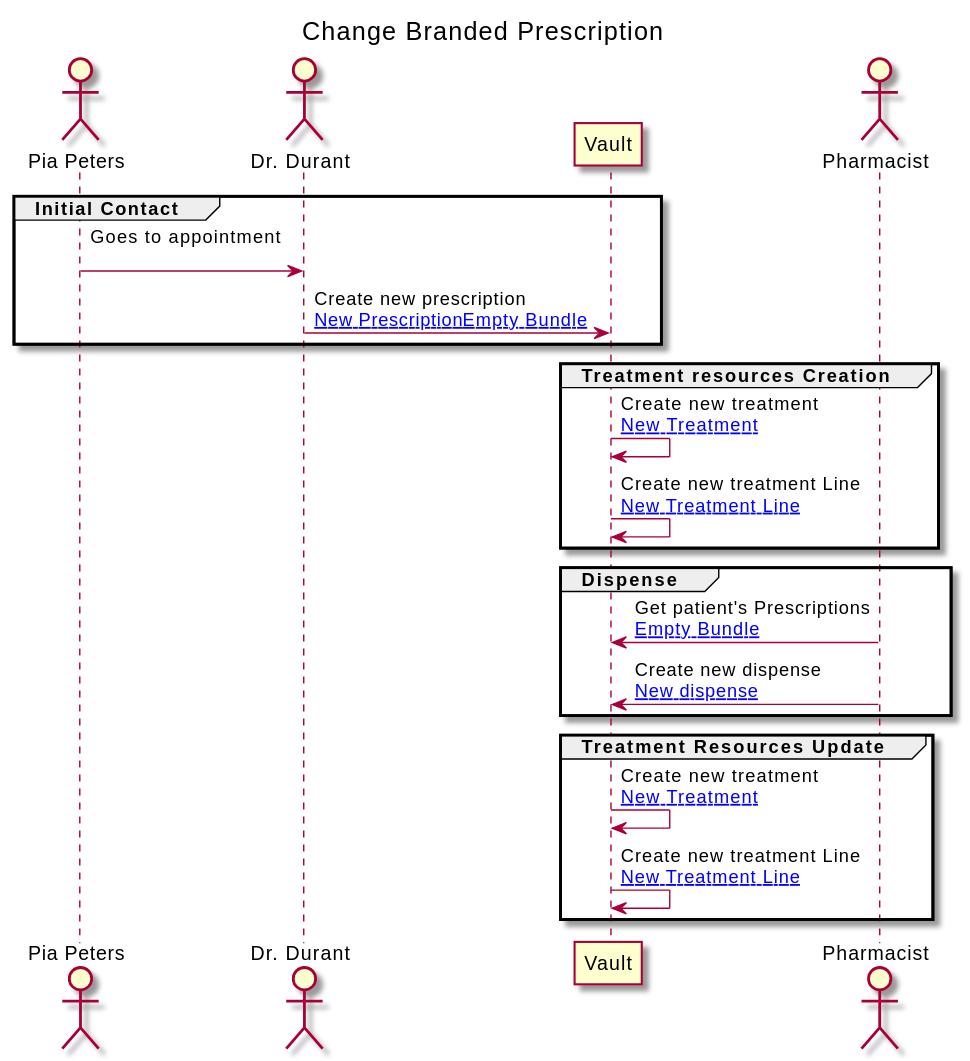
Earlier version of the PlantUML export branches/master/ExampleScenario-example-1-scenario.svg (jcostateixeira/riziv-medication-record).
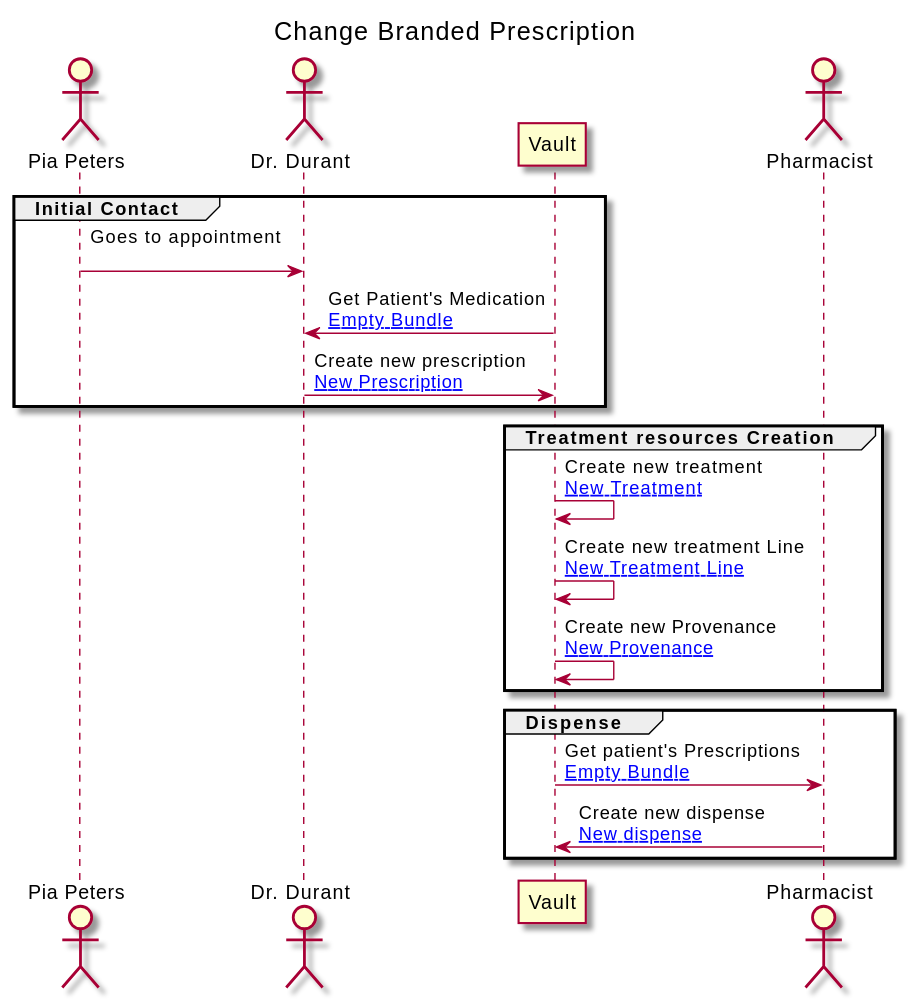
Later version of the same file.

What changed in the source:
```diff
@@ -16,25 +16,21 @@
 group Initial Contact
 
 PATIENT -> GP : Goes to appointment\n
-GP -> VAULT : Create new prescription\n[[ExampleScenario-example-1-scenario-resources.html#1-prescription New Prescription]][[ExampleScenario-example-1-scenario-resources.html#EB Empty Bundle]]
+VAULT -> GP : Get Patient's Medication\n[[ExampleScenario-example-1-scenario-resources.html#EB Empty Bundle]]
+GP -> VAULT : Create new prescription\n[[ExampleScenario-example-1-scenario-resources.html#1-prescription New Prescription]]
 end
 
 group Treatment resources Creation
 
 VAULT -> VAULT : Create new treatment\n[[ExampleScenario-example-1-scenario-resources.html#1-treatment New Treatment]]
 VAULT -> VAULT : Create new treatment Line\n[[ExampleScenario-example-1-scenario-resources.html#1-treatmentLine New Treatment Line]]
+VAULT -> VAULT : Create new Provenance\n[[ExampleScenario-example-1-scenario-resources.html#1-provenance New Provenance]]
 end
 
 group Dispense
 
-PHARM -> VAULT : Get patient's Prescriptions\n[[ExampleScenario-example-1-scenario-resources.html#EB Empty Bundle]]
+VAULT -> PHARM : Get patient's Prescriptions\n[[ExampleScenario-example-1-scenario-resources.html#EB Empty Bundle]]
 PHARM -> VAULT : Create new dispense\n[[ExampleScenario-example-1-scenario-resources.html#1-dispense New dispense]]
-end
-
-group Treatment Resources Update
-
-VAULT -> VAULT : Create new treatment\n[[ExampleScenario-example-1-scenario-resources.html#1-treatment New Treatment]]
-VAULT -> VAULT : Create new treatment Line\n[[ExampleScenario-example-1-scenario-resources.html#1-treatmentLine New Treatment Line]]
 end
 
 
```
